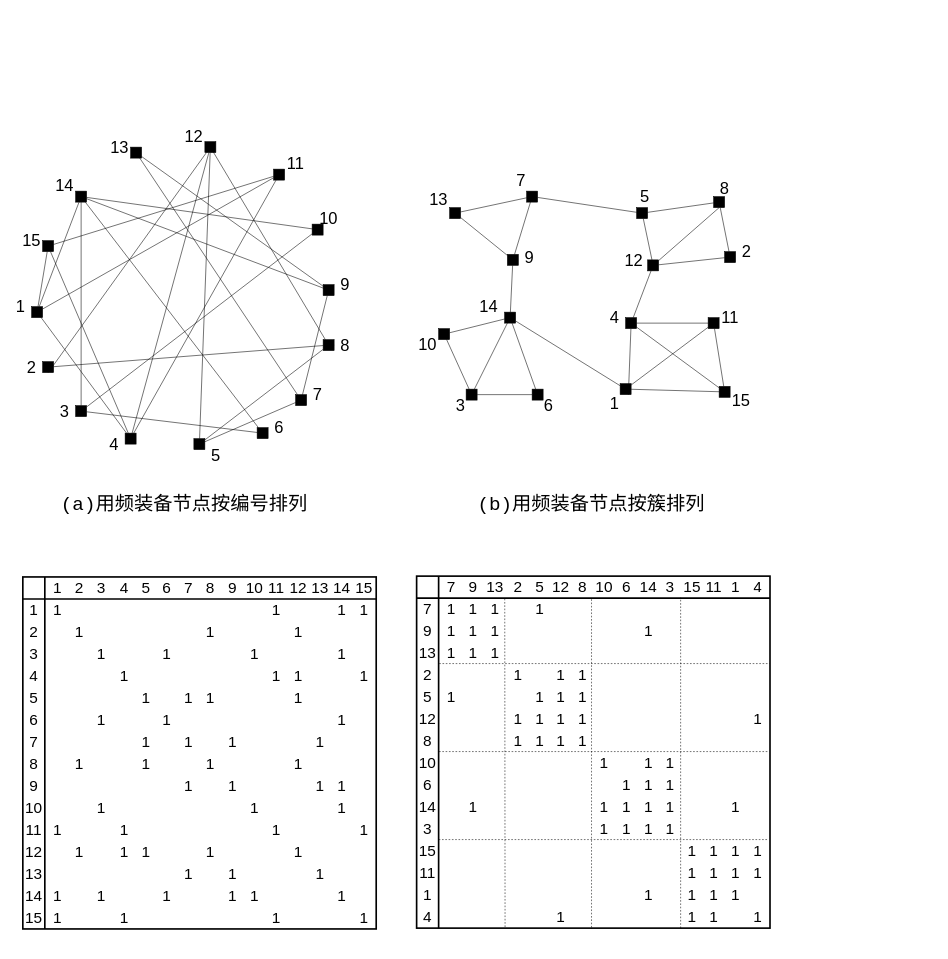
The draw.io diagram Untitled Diagram.drawio in liuming14/-, before the edit. Source tidied: cells renumbered, new cells numbered last; positions are measured from the earlier drawing's top-left corner, leaving out a move shared by most shapes. Both pictures are drawn from the tidied source at 55%, with x=0, y=0 at pixel (9, 9).
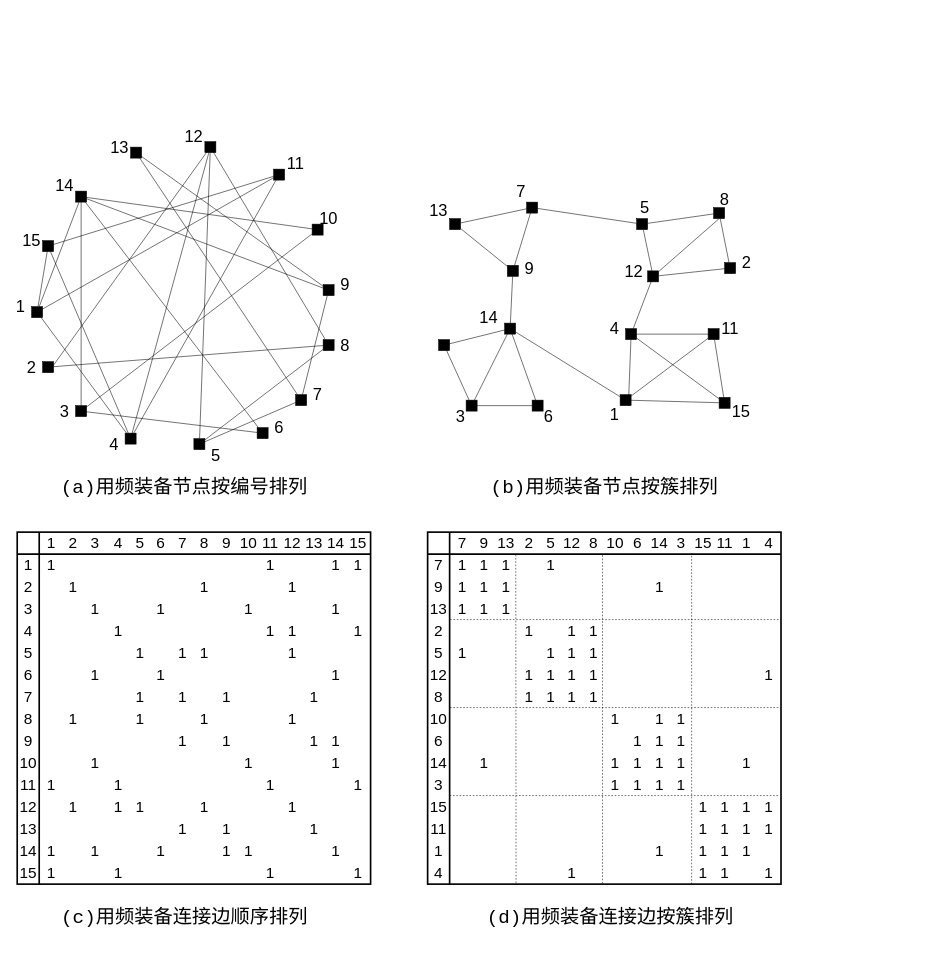
The same diagram, later.

Diff of the diagram source:
```diff
@@
     <mxCell id="67" style="group;" parent="1" vertex="1">
-      <mxGeometry x="790" y="540" width="40" height="40" as="geometry" />
+      <mxGeometry x="790" y="560" width="40" height="40" as="geometry" />
     </mxCell>
     <mxCell id="68" style="group;" parent="1" vertex="1">
-      <mxGeometry x="1070" y="670" width="60" height="30" as="geometry" />
+      <mxGeometry x="1070" y="690" width="60" height="30" as="geometry" />
     </mxCell>
@@
     <mxCell id="70" style="group;" parent="1" vertex="1">
-      <mxGeometry x="1320" y="435" width="60" height="20" as="geometry" />
+      <mxGeometry x="1320" y="455" width="60" height="20" as="geometry" />
     </mxCell>
@@
     <mxCell id="75" style="group;" parent="1" vertex="1">
-      <mxGeometry x="1140" y="340" width="60" height="40" as="geometry" />
+      <mxGeometry x="1140" y="360" width="60" height="40" as="geometry" />
     </mxCell>
@@
     <mxCell id="78" style="group;" parent="1" vertex="1">
-      <mxGeometry x="880" y="430" width="60" height="50" as="geometry" />
+      <mxGeometry x="880" y="450" width="60" height="50" as="geometry" />
     </mxCell>
@@
-    <mxCell id="81" style="group;" parent="1" vertex="1">
-      <mxGeometry x="1630" width="50" height="50" as="geometry" />
-    </mxCell>
-    <mxCell id="82" style="group;" parent="81" vertex="1">
-      <mxGeometry width="50" height="50" as="geometry" />
-    </mxCell>
-    <mxCell id="83" style="group;" parent="82" vertex="1">
-      <mxGeometry width="50" height="50" as="geometry" />
-    </mxCell>
-    <mxCell id="84" style="group;" parent="83" vertex="1">
-      <mxGeometry width="50" height="50" as="geometry" />
-    </mxCell>
-    <mxCell id="85" style="group;" parent="84" vertex="1">
-      <mxGeometry x="10" width="50" height="50" as="geometry" />
-    </mxCell>
-    <mxCell id="86" style="group;" parent="85" vertex="1">
-      <mxGeometry x="-920" y="605" width="40" height="45" as="geometry" />
-    </mxCell>
-    <mxCell id="87" value="&lt;p style=&quot;font-size: 30px&quot;&gt;&lt;font style=&quot;font-size: 30px&quot;&gt;10&lt;/font&gt;&lt;/p&gt;" style="text;html=1;strokeColor=none;fillColor=none;align=center;verticalAlign=middle;whiteSpace=wrap;rounded=0;fontSize=5;" parent="86" vertex="1">
-      <mxGeometry x="20" y="-10" width="40" height="25" as="geometry" />
-    </mxCell>
@@
     <mxCell id="89" style="group;" parent="1" vertex="1">
-      <mxGeometry x="1120" y="435" width="60" height="40" as="geometry" />
+      <mxGeometry x="1120" y="455" width="60" height="40" as="geometry" />
     </mxCell>
@@
     <mxCell id="93" style="group;" parent="1" vertex="1">
-      <mxGeometry x="780" y="340" width="60" height="40" as="geometry" />
+      <mxGeometry x="780" y="360" width="60" height="40" as="geometry" />
     </mxCell>
@@
     <mxCell id="97" value="&lt;p style=&quot;font-size: 30px&quot;&gt;&lt;font style=&quot;font-size: 30px&quot;&gt;3&lt;/font&gt;&lt;/p&gt;" style="text;html=1;strokeColor=none;fillColor=none;align=center;verticalAlign=middle;whiteSpace=wrap;rounded=0;fontSize=5;" parent="1" vertex="1">
-      <mxGeometry x="800" y="710" width="40" height="20" as="geometry" />
+      <mxGeometry x="800" y="730" width="40" height="20" as="geometry" />
     </mxCell>
     <mxCell id="98" style="shape=ext;double=1;whiteSpace=wrap;html=1;fillColor=#000000;fontSize=5;" parent="1" vertex="1">
-      <mxGeometry x="830" y="690" width="20" height="20" as="geometry" />
+      <mxGeometry x="830" y="710" width="20" height="20" as="geometry" />
     </mxCell>
     <mxCell id="99" style="shape=ext;double=1;whiteSpace=wrap;html=1;fillColor=#000000;fontSize=5;" parent="1" vertex="1">
-      <mxGeometry x="1270" y="560" width="20" height="20" as="geometry" />
+      <mxGeometry x="1270" y="580" width="20" height="20" as="geometry" />
     </mxCell>
     <mxCell id="100" style="shape=ext;double=1;whiteSpace=wrap;html=1;fillColor=#000000;fontSize=5;" parent="1" vertex="1">
-      <mxGeometry x="1290" y="685" width="20" height="20" as="geometry" />
+      <mxGeometry x="1290" y="705" width="20" height="20" as="geometry" />
     </mxCell>
     <mxCell id="101" value="&lt;p style=&quot;font-size: 30px&quot;&gt;&lt;font style=&quot;font-size: 30px&quot;&gt;15&lt;/font&gt;&lt;/p&gt;" style="text;html=1;strokeColor=none;fillColor=none;align=center;verticalAlign=middle;whiteSpace=wrap;rounded=0;fontSize=5;" parent="1" vertex="1">
-      <mxGeometry x="1310" y="700" width="40" height="20" as="geometry" />
+      <mxGeometry x="1310" y="720" width="40" height="20" as="geometry" />
     </mxCell>
     <mxCell id="102" value="&lt;p style=&quot;font-size: 30px&quot;&gt;&lt;font style=&quot;font-size: 30px&quot;&gt;11&lt;/font&gt;&lt;/p&gt;" style="text;html=1;strokeColor=none;fillColor=none;align=center;verticalAlign=middle;whiteSpace=wrap;rounded=0;fontSize=5;" parent="1" vertex="1">
-      <mxGeometry x="1290" y="550" width="40" height="20" as="geometry" />
+      <mxGeometry x="1290" y="570" width="40" height="20" as="geometry" />
     </mxCell>
@@
     <mxCell id="109" style="shape=ext;double=1;whiteSpace=wrap;html=1;fillColor=#000000;fontSize=5;" parent="1" vertex="1">
-      <mxGeometry x="950" y="690" width="20" height="20" as="geometry" />
+      <mxGeometry x="950" y="710" width="20" height="20" as="geometry" />
     </mxCell>
     <mxCell id="110" value="&lt;p style=&quot;font-size: 30px&quot;&gt;&lt;font style=&quot;font-size: 30px&quot;&gt;6&lt;/font&gt;&lt;/p&gt;" style="text;html=1;strokeColor=none;fillColor=none;align=center;verticalAlign=middle;whiteSpace=wrap;rounded=0;fontSize=5;" parent="1" vertex="1">
-      <mxGeometry x="970" y="710" width="20" height="20" as="geometry" />
+      <mxGeometry x="970" y="730" width="20" height="20" as="geometry" />
     </mxCell>
@@
     <mxCell id="117" style="shape=ext;double=1;whiteSpace=wrap;html=1;fillColor=#000000;fontSize=5;" parent="1" vertex="1">
-      <mxGeometry x="940" y="330" width="20" height="20" as="geometry" />
+      <mxGeometry x="940" y="350" width="20" height="20" as="geometry" />
     </mxCell>
     <mxCell id="118" value="&lt;p style=&quot;font-size: 30px&quot;&gt;&lt;font style=&quot;font-size: 30px&quot;&gt;7&lt;/font&gt;&lt;/p&gt;" style="text;html=1;strokeColor=none;fillColor=none;align=center;verticalAlign=middle;whiteSpace=wrap;rounded=0;fontSize=5;" parent="1" vertex="1">
-      <mxGeometry x="910" y="300" width="40" height="20" as="geometry" />
+      <mxGeometry x="910" y="320" width="40" height="20" as="geometry" />
     </mxCell>
     <mxCell id="119" style="group;" parent="1" vertex="1">
-      <mxGeometry x="1280" y="315" width="40" height="50" as="geometry" />
+      <mxGeometry x="1280" y="335" width="40" height="50" as="geometry" />
     </mxCell>
@@
     <mxCell id="121" style="shape=ext;double=1;whiteSpace=wrap;html=1;fillColor=#000000;fontSize=5;" parent="1" vertex="1">
-      <mxGeometry x="1120" y="560" width="20" height="20" as="geometry" />
+      <mxGeometry x="1120" y="580" width="20" height="20" as="geometry" />
     </mxCell>
     <mxCell id="122" style="shape=ext;double=1;whiteSpace=wrap;html=1;fillColor=#000000;fontSize=5;" parent="1" vertex="1">
-      <mxGeometry x="1280" y="340" width="20" height="20" as="geometry" />
+      <mxGeometry x="1280" y="360" width="20" height="20" as="geometry" />
     </mxCell>
     <mxCell id="123" value="&lt;p style=&quot;font-size: 30px&quot;&gt;&lt;font style=&quot;font-size: 30px&quot;&gt;4&lt;/font&gt;&lt;/p&gt;" style="text;html=1;strokeColor=none;fillColor=none;align=center;verticalAlign=middle;whiteSpace=wrap;rounded=0;fontSize=5;" parent="1" vertex="1">
-      <mxGeometry x="1080" y="550" width="40" height="20" as="geometry" />
+      <mxGeometry x="1080" y="570" width="40" height="20" as="geometry" />
     </mxCell>
     <mxCell id="124" style="shape=ext;double=1;whiteSpace=wrap;html=1;fillColor=#000000;fontSize=12;" parent="1" vertex="1">
-      <mxGeometry x="900" y="550" width="20" height="20" as="geometry" />
+      <mxGeometry x="900" y="570" width="20" height="20" as="geometry" />
     </mxCell>
     <mxCell id="125" style="shape=ext;double=1;whiteSpace=wrap;html=1;fillColor=#000000;fontSize=5;" parent="1" vertex="1">
-      <mxGeometry x="780" y="580" width="20" height="20" as="geometry" />
+      <mxGeometry x="780" y="600" width="20" height="20" as="geometry" />
     </mxCell>
     <mxCell id="126" value="&lt;p style=&quot;font-size: 30px&quot;&gt;&lt;font style=&quot;font-size: 30px&quot;&gt;14&lt;/font&gt;&lt;/p&gt;" style="text;html=1;strokeColor=none;fillColor=none;align=center;verticalAlign=middle;whiteSpace=wrap;rounded=0;fontSize=5;" parent="1" vertex="1">
-      <mxGeometry x="855" y="530" width="32" height="20" as="geometry" />
+      <mxGeometry x="855" y="550" width="32" height="20" as="geometry" />
     </mxCell>
     <mxCell id="127" style="shape=ext;double=1;whiteSpace=wrap;html=1;fillColor=#000000;fontSize=5;" parent="1" vertex="1">
-      <mxGeometry x="1300" y="440" width="20" height="20" as="geometry" />
+      <mxGeometry x="1300" y="460" width="20" height="20" as="geometry" />
     </mxCell>
     <mxCell id="128" value="&lt;p style=&quot;font-size: 30px&quot;&gt;&lt;font style=&quot;font-size: 30px&quot;&gt;9&lt;/font&gt;&lt;/p&gt;" style="text;html=1;strokeColor=none;fillColor=none;align=center;verticalAlign=middle;whiteSpace=wrap;rounded=0;fontSize=5;" parent="1" vertex="1">
-      <mxGeometry x="925" y="437.5" width="40" height="25" as="geometry" />
+      <mxGeometry x="925" y="457.5" width="40" height="25" as="geometry" />
     </mxCell>
     <mxCell id="129" value="&lt;p style=&quot;font-size: 30px&quot;&gt;&lt;font style=&quot;font-size: 30px&quot;&gt;1&lt;/font&gt;&lt;/p&gt;" style="text;html=1;strokeColor=none;fillColor=none;align=center;verticalAlign=middle;whiteSpace=wrap;rounded=0;fontSize=5;" parent="1" vertex="1">
-      <mxGeometry x="1075" y="700" width="50" height="30" as="geometry" />
+      <mxGeometry x="1075" y="720" width="50" height="30" as="geometry" />
     </mxCell>
     <mxCell id="130" value="&lt;p style=&quot;font-size: 30px&quot;&gt;&lt;font style=&quot;font-size: 30px&quot;&gt;5&lt;/font&gt;&lt;/p&gt;" style="text;html=1;strokeColor=none;fillColor=none;align=center;verticalAlign=middle;whiteSpace=wrap;rounded=0;fontSize=5;" parent="1" vertex="1">
-      <mxGeometry x="1135" y="330" width="40" height="20" as="geometry" />
+      <mxGeometry x="1135" y="350" width="40" height="20" as="geometry" />
     </mxCell>
     <mxCell id="131" value="&lt;pre style=&quot;font-size: 35px&quot;&gt;&lt;font style=&quot;font-size: 35px&quot;&gt;(b)用频装备节点按簇排列&lt;/font&gt;&lt;/pre&gt;" style="text;html=1;strokeColor=none;fillColor=none;align=center;verticalAlign=middle;whiteSpace=wrap;rounded=0;fontSize=12;" parent="1" vertex="1">
-      <mxGeometry x="940" y="890" width="235" height="20" as="geometry" />
+      <mxGeometry x="963.8" y="860" width="235" height="20" as="geometry" />
     </mxCell>
     <mxCell id="132" value="&lt;pre style=&quot;font-size: 35px&quot;&gt;&lt;font style=&quot;font-size: 35px&quot;&gt;(a)用频装备节点按编号排列&lt;/font&gt;&lt;/pre&gt;" style="text;html=1;strokeColor=none;fillColor=none;align=center;verticalAlign=middle;whiteSpace=wrap;rounded=0;fontSize=12;" parent="1" vertex="1">
-      <mxGeometry x="200" y="890" width="235" height="20" as="geometry" />
+      <mxGeometry x="200" y="860" width="235" height="20" as="geometry" />
     </mxCell>
     <mxCell id="133" style="group;" parent="1" vertex="1">
-      <mxGeometry x="24" y="1031.5" width="642.5" height="640" as="geometry" />
+      <mxGeometry x="13.8" y="950" width="642.5" height="640" as="geometry" />
     </mxCell>
@@
     <mxCell id="423" style="group;" parent="1" vertex="1">
-      <mxGeometry x="740" y="1030" width="642.5" height="640" as="geometry" />
+      <mxGeometry x="760" y="950" width="642.5" height="640" as="geometry" />
     </mxCell>
@@
+    <mxCell id="719" value="&lt;pre style=&quot;font-size: 35px&quot;&gt;&lt;font style=&quot;font-size: 35px&quot;&gt;(d)用频装备连接边按簇排列&lt;/font&gt;&lt;/pre&gt;" style="text;whiteSpace=wrap;html=1;fontSize=28;fontFamily=Helvetica;fontColor=none;" parent="1" vertex="1">
+      <mxGeometry x="866.2" y="1590" width="430" height="120" as="geometry" />
+    </mxCell>
+    <mxCell id="720" value="&lt;pre style=&quot;font-size: 35px&quot;&gt;&lt;font style=&quot;font-size: 35px&quot;&gt;(c)用频装备连接边顺序排列&lt;/font&gt;&lt;/pre&gt;" style="text;whiteSpace=wrap;html=1;fontSize=28;fontFamily=Helvetica;fontColor=none;align=center;" parent="1" vertex="1">
+      <mxGeometry x="102.5" y="1590" width="430" height="120" as="geometry" />
+    </mxCell>
```
